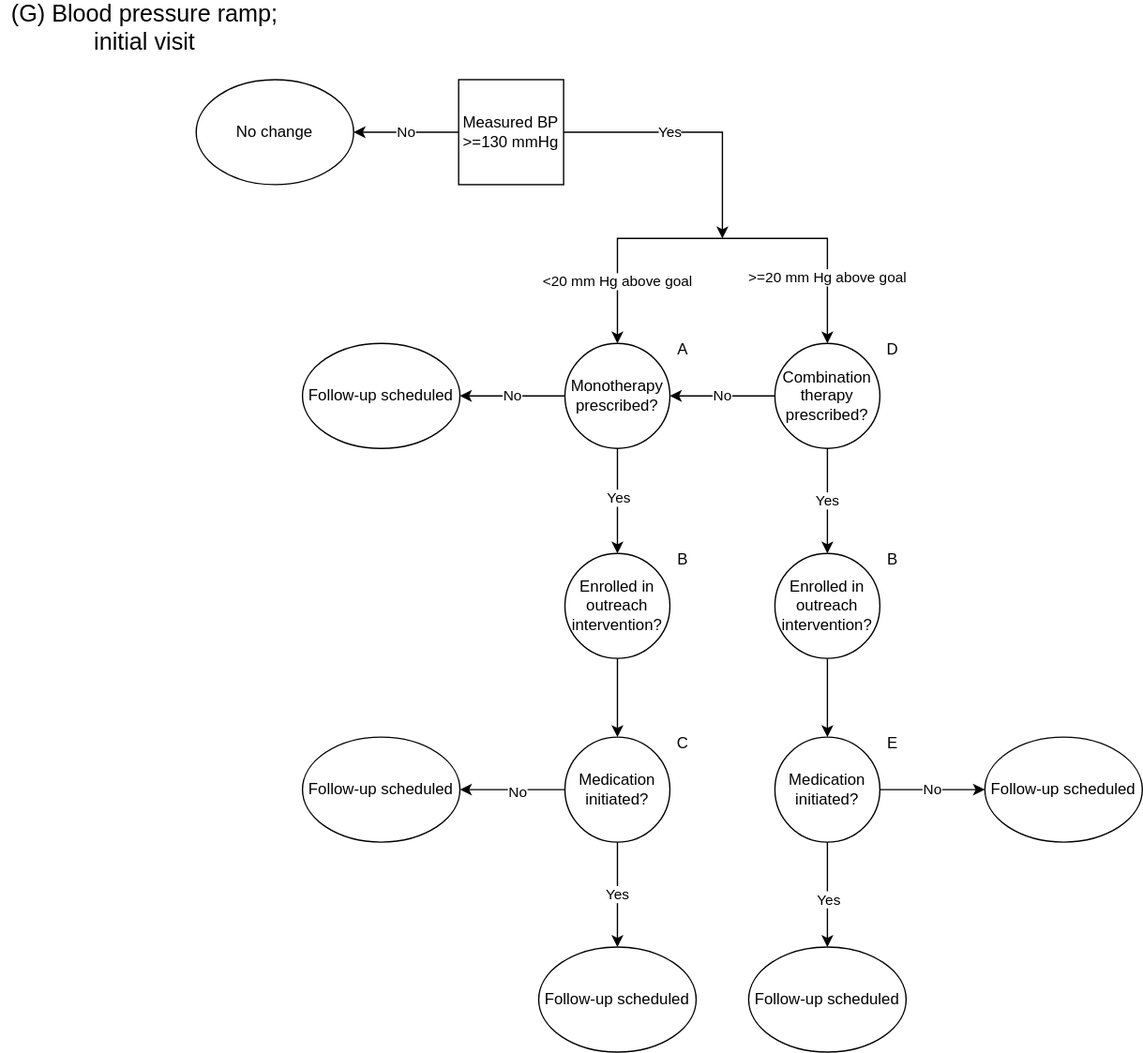
This is docs/source/concept_models/vivarium_us_cvd/sbp_ramp_initial.svg from ihmeuw/vivarium_research, a draw.io export, as it was before one commit. Source tidied: cells renumbered, new cells last; positions are measured from the earlier drawing's top-left corner, leaving out a move shared by most shapes. The source it was exported from:
```xml
<mxGraphModel>
  <root>
    <mxCell id="0" />
    <mxCell id="1" parent="0" />
    <mxCell id="2" style="edgeStyle=orthogonalEdgeStyle;rounded=0;orthogonalLoop=1;jettySize=auto;html=1;exitX=0.5;exitY=1;exitDx=0;exitDy=0;entryX=0.5;entryY=0;entryDx=0;entryDy=0;" parent="1" edge="1">
      <mxGeometry relative="1" as="geometry">
        <mxPoint x="549" y="170" as="sourcePoint" />
        <mxPoint x="470" y="250" as="targetPoint" />
      </mxGeometry>
    </mxCell>
    <mxCell id="3" value="&amp;lt;20 mm Hg above goal" style="edgeLabel;html=1;align=center;verticalAlign=middle;" parent="2" vertex="1">
      <mxGeometry x="-0.13" y="-1" relative="1" as="geometry">
        <mxPoint x="-11" y="33" as="offset" />
      </mxGeometry>
    </mxCell>
    <mxCell id="4" value="&amp;gt;=20 mm Hg above goal" style="edgeStyle=orthogonalEdgeStyle;rounded=0;orthogonalLoop=1;jettySize=auto;html=1;exitX=0.5;exitY=1;exitDx=0;exitDy=0;entryX=0.5;entryY=0;entryDx=0;entryDy=0;" parent="1" edge="1">
      <mxGeometry x="0.38" relative="1" as="geometry">
        <mxPoint x="549" y="170" as="sourcePoint" />
        <mxPoint x="630" y="250" as="targetPoint" />
      </mxGeometry>
    </mxCell>
    <mxCell id="5" value="Yes" style="edgeStyle=orthogonalEdgeStyle;rounded=0;jettySize=auto;html=1;exitX=1;exitY=0.5;exitDx=0;exitDy=0;" parent="1" edge="1" source="7">
      <mxGeometry x="-0.2" relative="1" as="geometry">
        <mxPoint x="550" y="170" as="targetPoint" />
        <Array as="points">
          <mxPoint x="550" y="89" />
        </Array>
      </mxGeometry>
    </mxCell>
    <mxCell id="6" value="No" style="edgeStyle=orthogonalEdgeStyle;rounded=0;jettySize=auto;html=1;exitX=0;exitY=0.5;exitDx=0;exitDy=0;entryX=1;entryY=0.5;entryDx=0;entryDy=0;" parent="1" edge="1" source="7" target="11">
      <mxGeometry relative="1" as="geometry" />
    </mxCell>
    <mxCell id="7" value="Measured BP &amp;gt;=130 mmHg" style="whiteSpace=wrap;html=1;" parent="1" vertex="1">
      <mxGeometry x="349" y="49" width="80" height="80" as="geometry" />
    </mxCell>
    <mxCell id="8" style="edgeStyle=orthogonalEdgeStyle;rounded=0;orthogonalLoop=1;jettySize=auto;html=1;exitX=0.5;exitY=1;exitDx=0;exitDy=0;" parent="1" edge="1">
      <mxGeometry relative="1" as="geometry">
        <mxPoint x="470" y="330" as="sourcePoint" />
        <mxPoint x="470" y="410" as="targetPoint" />
      </mxGeometry>
    </mxCell>
    <mxCell id="9" value="Yes" style="edgeLabel;html=1;align=center;verticalAlign=middle;" parent="8" vertex="1">
      <mxGeometry x="-0.07" relative="1" as="geometry" />
    </mxCell>
    <mxCell id="10" value="No" style="edgeStyle=orthogonalEdgeStyle;rounded=0;jettySize=auto;html=1;exitX=0;exitY=0.5;exitDx=0;exitDy=0;" parent="1" edge="1" target="12">
      <mxGeometry relative="1" as="geometry">
        <mxPoint x="430" y="290" as="sourcePoint" />
        <Array as="points">
          <mxPoint x="390" y="290" />
          <mxPoint x="390" y="290" />
        </Array>
      </mxGeometry>
    </mxCell>
    <mxCell id="11" value="No change" style="ellipse;whiteSpace=wrap;html=1;" parent="1" vertex="1">
      <mxGeometry x="149" y="49" width="120" height="80" as="geometry" />
    </mxCell>
    <mxCell id="12" value="Follow-up scheduled" style="ellipse;whiteSpace=wrap;html=1;" parent="1" vertex="1">
      <mxGeometry x="230" y="250" width="120" height="80" as="geometry" />
    </mxCell>
    <mxCell id="13" style="edgeStyle=orthogonalEdgeStyle;rounded=0;jettySize=auto;html=1;exitX=0;exitY=0.5;exitDx=0;exitDy=0;entryX=1;entryY=0.5;entryDx=0;entryDy=0;" parent="1" edge="1" target="16">
      <mxGeometry relative="1" as="geometry">
        <mxPoint x="430" y="590" as="sourcePoint" />
      </mxGeometry>
    </mxCell>
    <mxCell id="14" value="No" style="edgeLabel;html=1;align=center;verticalAlign=middle;" parent="13" vertex="1">
      <mxGeometry x="-0.07" y="1" relative="1" as="geometry" />
    </mxCell>
    <mxCell id="15" value="Yes" style="edgeStyle=orthogonalEdgeStyle;rounded=0;orthogonalLoop=1;jettySize=auto;html=1;exitX=0.5;exitY=1;exitDx=0;exitDy=0;" parent="1" edge="1">
      <mxGeometry relative="1" as="geometry">
        <mxPoint x="470" y="630" as="sourcePoint" />
        <mxPoint x="470" y="710" as="targetPoint" />
      </mxGeometry>
    </mxCell>
    <mxCell id="16" value="Follow-up scheduled" style="ellipse;whiteSpace=wrap;html=1;" parent="1" vertex="1">
      <mxGeometry x="230" y="550" width="120" height="80" as="geometry" />
    </mxCell>
    <mxCell id="17" value="Follow-up scheduled" style="ellipse;whiteSpace=wrap;html=1;" parent="1" vertex="1">
      <mxGeometry x="410" y="710" width="120" height="80" as="geometry" />
    </mxCell>
    <mxCell id="18" value="Yes" style="edgeStyle=orthogonalEdgeStyle;rounded=0;orthogonalLoop=1;jettySize=auto;html=1;exitX=0.5;exitY=1;exitDx=0;exitDy=0;" parent="1" edge="1">
      <mxGeometry relative="1" as="geometry">
        <mxPoint x="630" y="330" as="sourcePoint" />
        <mxPoint x="630" y="410" as="targetPoint" />
      </mxGeometry>
    </mxCell>
    <mxCell id="19" style="edgeStyle=orthogonalEdgeStyle;rounded=0;orthogonalLoop=1;jettySize=auto;html=1;exitX=0.5;exitY=1;exitDx=0;exitDy=0;" parent="1" edge="1">
      <mxGeometry relative="1" as="geometry">
        <mxPoint x="630" y="630" as="sourcePoint" />
        <mxPoint x="630" y="710" as="targetPoint" />
      </mxGeometry>
    </mxCell>
    <mxCell id="20" value="Yes" style="edgeLabel;html=1;align=center;verticalAlign=middle;" parent="19" vertex="1">
      <mxGeometry x="0.07" relative="1" as="geometry" />
    </mxCell>
    <mxCell id="21" value="No" style="edgeStyle=orthogonalEdgeStyle;rounded=0;jettySize=auto;html=1;exitX=1;exitY=0.5;exitDx=0;exitDy=0;" parent="1" edge="1" target="22">
      <mxGeometry relative="1" as="geometry">
        <mxPoint x="670" y="590" as="sourcePoint" />
      </mxGeometry>
    </mxCell>
    <mxCell id="22" value="Follow-up scheduled" style="ellipse;whiteSpace=wrap;html=1;" parent="1" vertex="1">
      <mxGeometry x="750" y="550" width="120" height="80" as="geometry" />
    </mxCell>
    <mxCell id="23" value="Follow-up scheduled" style="ellipse;whiteSpace=wrap;html=1;" parent="1" vertex="1">
      <mxGeometry x="570" y="710" width="120" height="80" as="geometry" />
    </mxCell>
    <mxCell id="24" value="No" style="edgeStyle=orthogonalEdgeStyle;rounded=0;orthogonalLoop=1;jettySize=auto;html=1;exitX=0;exitY=0.5;exitDx=0;exitDy=0;" parent="1" edge="1">
      <mxGeometry relative="1" as="geometry">
        <mxPoint x="590" y="290" as="sourcePoint" />
        <mxPoint x="510" y="290" as="targetPoint" />
      </mxGeometry>
    </mxCell>
    <mxCell id="25" value="&lt;font style=&quot;font-size: 18px&quot;&gt;(G) Blood pressure ramp; initial visit&lt;br&gt;&lt;/font&gt;" style="text;html=1;strokeColor=none;fillColor=none;align=center;verticalAlign=middle;whiteSpace=wrap;rounded=0;" parent="1" vertex="1">
      <mxGeometry width="220" height="20" as="geometry" />
    </mxCell>
    <mxCell id="26" value="Monotherapy prescribed?" style="ellipse;whiteSpace=wrap;html=1;" parent="1" vertex="1">
      <mxGeometry x="430" y="250" width="80" height="80" as="geometry" />
    </mxCell>
    <mxCell id="27" value="Medication initiated?" style="ellipse;whiteSpace=wrap;html=1;" parent="1" vertex="1">
      <mxGeometry x="590" y="550" width="80" height="80" as="geometry" />
    </mxCell>
    <mxCell id="28" value="Medication initiated?" style="ellipse;whiteSpace=wrap;html=1;" parent="1" vertex="1">
      <mxGeometry x="430" y="550" width="80" height="80" as="geometry" />
    </mxCell>
    <mxCell id="29" value="Combination therapy prescribed?" style="ellipse;whiteSpace=wrap;html=1;" parent="1" vertex="1">
      <mxGeometry x="590" y="250" width="80" height="80" as="geometry" />
    </mxCell>
    <mxCell id="30" value="A" style="text;html=1;strokeColor=none;fillColor=none;align=center;verticalAlign=middle;whiteSpace=wrap;rounded=0;" parent="1" vertex="1">
      <mxGeometry x="490" y="240" width="60" height="30" as="geometry" />
    </mxCell>
    <mxCell id="31" value="C" style="text;html=1;strokeColor=none;fillColor=none;align=center;verticalAlign=middle;whiteSpace=wrap;rounded=0;" parent="1" vertex="1">
      <mxGeometry x="490" y="540" width="60" height="30" as="geometry" />
    </mxCell>
    <mxCell id="32" value="E" style="text;html=1;strokeColor=none;fillColor=none;align=center;verticalAlign=middle;whiteSpace=wrap;rounded=0;" parent="1" vertex="1">
      <mxGeometry x="650" y="540" width="60" height="30" as="geometry" />
    </mxCell>
    <mxCell id="33" value="D" style="text;html=1;strokeColor=none;fillColor=none;align=center;verticalAlign=middle;whiteSpace=wrap;rounded=0;" parent="1" vertex="1">
      <mxGeometry x="650" y="240" width="60" height="30" as="geometry" />
    </mxCell>
    <mxCell id="34" value="Enrolled in outreach intervention?" style="ellipse;whiteSpace=wrap;html=1;" parent="1" vertex="1">
      <mxGeometry x="590" y="410" width="80" height="80" as="geometry" />
    </mxCell>
    <mxCell id="35" value="Enrolled in outreach intervention?" style="ellipse;whiteSpace=wrap;html=1;" parent="1" vertex="1">
      <mxGeometry x="430" y="410" width="80" height="80" as="geometry" />
    </mxCell>
    <mxCell id="36" value="B" style="text;html=1;strokeColor=none;fillColor=none;align=center;verticalAlign=middle;whiteSpace=wrap;rounded=0;" parent="1" vertex="1">
      <mxGeometry x="490" y="400" width="60" height="30" as="geometry" />
    </mxCell>
    <mxCell id="37" style="endArrow=classic;html=1;rounded=0;exitX=0.5;exitY=1;exitDx=0;exitDy=0;entryX=0.5;entryY=0;entryDx=0;entryDy=0;" parent="1" edge="1" source="35" target="28">
      <mxGeometry relative="1" as="geometry" />
    </mxCell>
    <mxCell id="38" style="endArrow=classic;html=1;rounded=0;exitX=0.5;exitY=1;exitDx=0;exitDy=0;entryX=0.5;entryY=0;entryDx=0;entryDy=0;" parent="1" edge="1" source="34" target="27">
      <mxGeometry relative="1" as="geometry" />
    </mxCell>
    <mxCell id="39" value="B" style="text;html=1;strokeColor=none;fillColor=none;align=center;verticalAlign=middle;whiteSpace=wrap;rounded=0;" parent="1" vertex="1">
      <mxGeometry x="650" y="400" width="60" height="30" as="geometry" />
    </mxCell>
  </root>
</mxGraphModel>
```
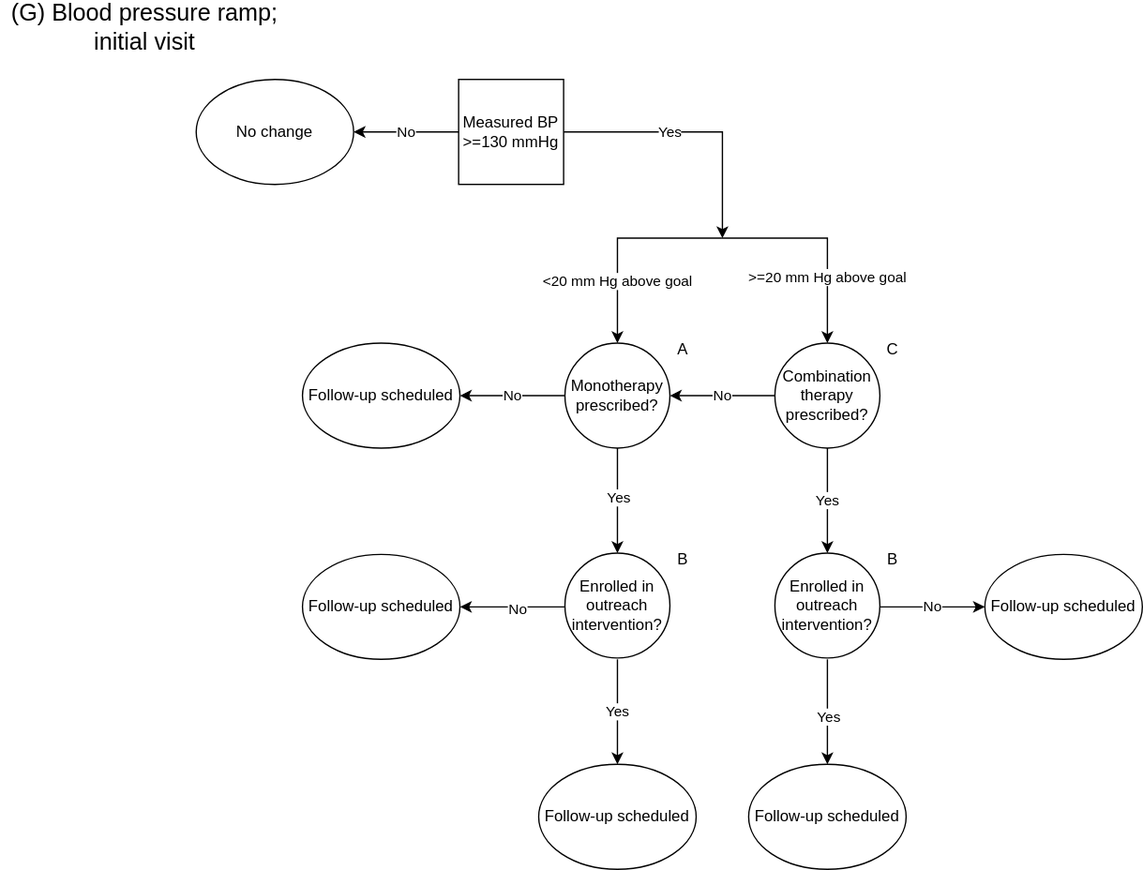
The same file after the commit.

Change to the diagram source:
```diff
@@ -59,7 +59,7 @@
     </mxCell>
     <mxCell id="13" style="edgeStyle=orthogonalEdgeStyle;rounded=0;jettySize=auto;html=1;exitX=0;exitY=0.5;exitDx=0;exitDy=0;entryX=1;entryY=0.5;entryDx=0;entryDy=0;" parent="1" edge="1" target="16">
       <mxGeometry relative="1" as="geometry">
-        <mxPoint x="430" y="590" as="sourcePoint" />
+        <mxPoint x="430" y="451" as="sourcePoint" />
       </mxGeometry>
     </mxCell>
     <mxCell id="14" value="No" style="edgeLabel;html=1;align=center;verticalAlign=middle;" parent="13" vertex="1">
@@ -67,15 +67,15 @@
     </mxCell>
     <mxCell id="15" value="Yes" style="edgeStyle=orthogonalEdgeStyle;rounded=0;orthogonalLoop=1;jettySize=auto;html=1;exitX=0.5;exitY=1;exitDx=0;exitDy=0;" parent="1" edge="1">
       <mxGeometry relative="1" as="geometry">
-        <mxPoint x="470" y="630" as="sourcePoint" />
-        <mxPoint x="470" y="710" as="targetPoint" />
+        <mxPoint x="470" y="491" as="sourcePoint" />
+        <mxPoint x="470" y="571" as="targetPoint" />
       </mxGeometry>
     </mxCell>
     <mxCell id="16" value="Follow-up scheduled" style="ellipse;whiteSpace=wrap;html=1;" parent="1" vertex="1">
-      <mxGeometry x="230" y="550" width="120" height="80" as="geometry" />
+      <mxGeometry x="230" y="411" width="120" height="80" as="geometry" />
     </mxCell>
     <mxCell id="17" value="Follow-up scheduled" style="ellipse;whiteSpace=wrap;html=1;" parent="1" vertex="1">
-      <mxGeometry x="410" y="710" width="120" height="80" as="geometry" />
+      <mxGeometry x="410" y="571" width="120" height="80" as="geometry" />
     </mxCell>
     <mxCell id="18" value="Yes" style="edgeStyle=orthogonalEdgeStyle;rounded=0;orthogonalLoop=1;jettySize=auto;html=1;exitX=0.5;exitY=1;exitDx=0;exitDy=0;" parent="1" edge="1">
       <mxGeometry relative="1" as="geometry">
@@ -85,8 +85,8 @@
     </mxCell>
     <mxCell id="19" style="edgeStyle=orthogonalEdgeStyle;rounded=0;orthogonalLoop=1;jettySize=auto;html=1;exitX=0.5;exitY=1;exitDx=0;exitDy=0;" parent="1" edge="1">
       <mxGeometry relative="1" as="geometry">
-        <mxPoint x="630" y="630" as="sourcePoint" />
-        <mxPoint x="630" y="710" as="targetPoint" />
+        <mxPoint x="630" y="491" as="sourcePoint" />
+        <mxPoint x="630" y="571" as="targetPoint" />
       </mxGeometry>
     </mxCell>
     <mxCell id="20" value="Yes" style="edgeLabel;html=1;align=center;verticalAlign=middle;" parent="19" vertex="1">
@@ -94,14 +94,14 @@
     </mxCell>
     <mxCell id="21" value="No" style="edgeStyle=orthogonalEdgeStyle;rounded=0;jettySize=auto;html=1;exitX=1;exitY=0.5;exitDx=0;exitDy=0;" parent="1" edge="1" target="22">
       <mxGeometry relative="1" as="geometry">
-        <mxPoint x="670" y="590" as="sourcePoint" />
+        <mxPoint x="670" y="451" as="sourcePoint" />
       </mxGeometry>
     </mxCell>
     <mxCell id="22" value="Follow-up scheduled" style="ellipse;whiteSpace=wrap;html=1;" parent="1" vertex="1">
-      <mxGeometry x="750" y="550" width="120" height="80" as="geometry" />
+      <mxGeometry x="750" y="411" width="120" height="80" as="geometry" />
     </mxCell>
     <mxCell id="23" value="Follow-up scheduled" style="ellipse;whiteSpace=wrap;html=1;" parent="1" vertex="1">
-      <mxGeometry x="570" y="710" width="120" height="80" as="geometry" />
+      <mxGeometry x="570" y="571" width="120" height="80" as="geometry" />
     </mxCell>
     <mxCell id="24" value="No" style="edgeStyle=orthogonalEdgeStyle;rounded=0;orthogonalLoop=1;jettySize=auto;html=1;exitX=0;exitY=0.5;exitDx=0;exitDy=0;" parent="1" edge="1">
       <mxGeometry relative="1" as="geometry">
@@ -115,25 +115,13 @@
     <mxCell id="26" value="Monotherapy prescribed?" style="ellipse;whiteSpace=wrap;html=1;" parent="1" vertex="1">
       <mxGeometry x="430" y="250" width="80" height="80" as="geometry" />
     </mxCell>
-    <mxCell id="27" value="Medication initiated?" style="ellipse;whiteSpace=wrap;html=1;" parent="1" vertex="1">
-      <mxGeometry x="590" y="550" width="80" height="80" as="geometry" />
-    </mxCell>
-    <mxCell id="28" value="Medication initiated?" style="ellipse;whiteSpace=wrap;html=1;" parent="1" vertex="1">
-      <mxGeometry x="430" y="550" width="80" height="80" as="geometry" />
-    </mxCell>
     <mxCell id="29" value="Combination therapy prescribed?" style="ellipse;whiteSpace=wrap;html=1;" parent="1" vertex="1">
       <mxGeometry x="590" y="250" width="80" height="80" as="geometry" />
     </mxCell>
     <mxCell id="30" value="A" style="text;html=1;strokeColor=none;fillColor=none;align=center;verticalAlign=middle;whiteSpace=wrap;rounded=0;" parent="1" vertex="1">
       <mxGeometry x="490" y="240" width="60" height="30" as="geometry" />
     </mxCell>
-    <mxCell id="31" value="C" style="text;html=1;strokeColor=none;fillColor=none;align=center;verticalAlign=middle;whiteSpace=wrap;rounded=0;" parent="1" vertex="1">
-      <mxGeometry x="490" y="540" width="60" height="30" as="geometry" />
-    </mxCell>
-    <mxCell id="32" value="E" style="text;html=1;strokeColor=none;fillColor=none;align=center;verticalAlign=middle;whiteSpace=wrap;rounded=0;" parent="1" vertex="1">
-      <mxGeometry x="650" y="540" width="60" height="30" as="geometry" />
-    </mxCell>
-    <mxCell id="33" value="D" style="text;html=1;strokeColor=none;fillColor=none;align=center;verticalAlign=middle;whiteSpace=wrap;rounded=0;" parent="1" vertex="1">
+    <mxCell id="33" value="C" style="text;html=1;strokeColor=none;fillColor=none;align=center;verticalAlign=middle;whiteSpace=wrap;rounded=0;" parent="1" vertex="1">
       <mxGeometry x="650" y="240" width="60" height="30" as="geometry" />
     </mxCell>
     <mxCell id="34" value="Enrolled in outreach intervention?" style="ellipse;whiteSpace=wrap;html=1;" parent="1" vertex="1">
@@ -145,12 +133,6 @@
     <mxCell id="36" value="B" style="text;html=1;strokeColor=none;fillColor=none;align=center;verticalAlign=middle;whiteSpace=wrap;rounded=0;" parent="1" vertex="1">
       <mxGeometry x="490" y="400" width="60" height="30" as="geometry" />
     </mxCell>
-    <mxCell id="37" style="endArrow=classic;html=1;rounded=0;exitX=0.5;exitY=1;exitDx=0;exitDy=0;entryX=0.5;entryY=0;entryDx=0;entryDy=0;" parent="1" edge="1" source="35" target="28">
-      <mxGeometry relative="1" as="geometry" />
-    </mxCell>
-    <mxCell id="38" style="endArrow=classic;html=1;rounded=0;exitX=0.5;exitY=1;exitDx=0;exitDy=0;entryX=0.5;entryY=0;entryDx=0;entryDy=0;" parent="1" edge="1" source="34" target="27">
-      <mxGeometry relative="1" as="geometry" />
-    </mxCell>
     <mxCell id="39" value="B" style="text;html=1;strokeColor=none;fillColor=none;align=center;verticalAlign=middle;whiteSpace=wrap;rounded=0;" parent="1" vertex="1">
       <mxGeometry x="650" y="400" width="60" height="30" as="geometry" />
     </mxCell>
```
